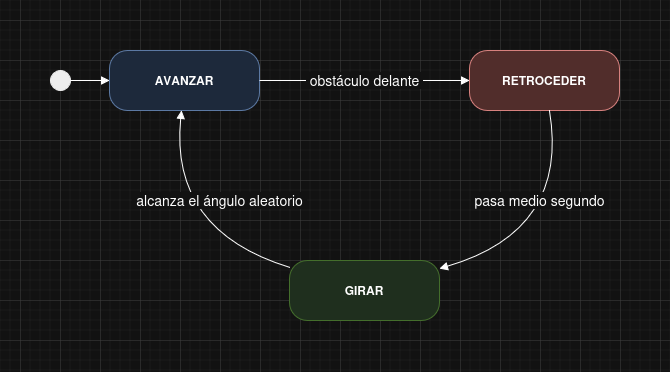
valentechie/blog-robotica-movil keeps this draw.io diagram as assets/img/maquina_estados.png. Above is the earlier version. Source tidied: cells renumbered, new cells last; positions are measured from the earlier drawing's top-left corner, leaving out a move shared by most shapes.
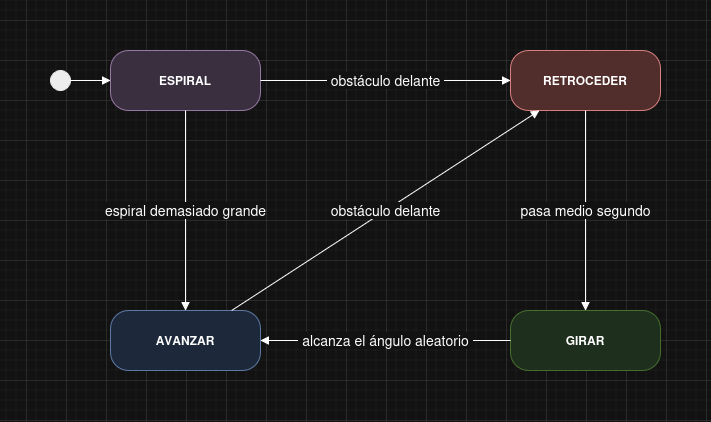
After the commit.

The edit, as a diff of the source:
```diff
@@ -3,36 +3,37 @@
     <mxCell id="0" />
     <mxCell id="1" parent="0" />
     <mxCell id="2" style="ellipse;fillColor=#000000;strokeColor=#000000;" parent="1" vertex="1">
-      <mxGeometry y="20" width="20" height="20" as="geometry" />
+      <mxGeometry x="-46" y="20" width="20" height="20" as="geometry" />
     </mxCell>
+    <mxCell id="10" value="ESPIRAL" style="rounded=1;whiteSpace=wrap;html=1;arcSize=30;fillColor=#e1d5e7;strokeColor=#9673a6;fontStyle=1;" parent="1" vertex="1">
+      <mxGeometry x="14" width="150" height="60" as="geometry" />
+    </mxCell>
+    <mxCell id="4" value="RETROCEDER" style="rounded=1;whiteSpace=wrap;html=1;arcSize=30;fillColor=#f8cecc;strokeColor=#b85450;fontStyle=1;" parent="1" vertex="1">
+      <mxGeometry x="414" width="150" height="60" as="geometry" />
+    </mxCell>
     <mxCell id="3" value="AVANZAR" style="rounded=1;whiteSpace=wrap;html=1;arcSize=30;fillColor=#dae8fc;strokeColor=#6c8ebf;fontStyle=1;" parent="1" vertex="1">
-      <mxGeometry x="59" width="150" height="60" as="geometry" />
+      <mxGeometry x="14" y="260" width="150" height="60" as="geometry" />
     </mxCell>
-    <mxCell id="4" value="RETROCEDER" style="rounded=1;whiteSpace=wrap;html=1;arcSize=30;fillColor=#f8cecc;strokeColor=#b85450;fontStyle=1;" parent="1" vertex="1">
-      <mxGeometry x="419" width="150" height="60" as="geometry" />
-    </mxCell>
     <mxCell id="5" value="GIRAR" style="rounded=1;whiteSpace=wrap;html=1;arcSize=30;fillColor=#d5e8d4;strokeColor=#82b366;fontStyle=1;" parent="1" vertex="1">
-      <mxGeometry x="239" y="210" width="150" height="60" as="geometry" />
+      <mxGeometry x="414" y="260" width="150" height="60" as="geometry" />
     </mxCell>
-    <mxCell id="6" style="endArrow=block;html=1;endFill=1;" parent="1" edge="1" source="2" target="3">
+    <mxCell id="6" style="endArrow=block;html=1;endFill=1;" parent="1" edge="1" source="2" target="10">
       <mxGeometry relative="1" as="geometry" />
     </mxCell>
-    <mxCell id="7" value="&lt;font style=&quot;font-size: 14px;&quot;&gt;&amp;nbsp;obstáculo delante&amp;nbsp;&lt;/font&gt;" style="endArrow=block;html=1;endFill=1;labelBackgroundColor=#ffffff;" parent="1" edge="1" source="3" target="4">
+    <mxCell id="7" value="&lt;font style=&quot;font-size: 14px;&quot;&gt;&amp;nbsp;obstáculo delante&amp;nbsp;&lt;/font&gt;" style="endArrow=block;html=1;endFill=1;labelBackgroundColor=#ffffff;" parent="1" edge="1" source="10" target="4">
       <mxGeometry relative="1" as="geometry" />
     </mxCell>
-    <mxCell id="8" value="&lt;font style=&quot;font-size: 14px;&quot;&gt;&amp;nbsp;pasa medio segundo&amp;nbsp;&lt;/font&gt;" style="endArrow=block;html=1;endFill=1;labelBackgroundColor=#ffffff;rounded=0;curved=1;" parent="1" edge="1" source="4" target="5">
-      <mxGeometry x="-0.32" y="-25" relative="1" as="geometry">
-        <Array as="points">
-          <mxPoint x="519" y="180" />
-        </Array>
-      </mxGeometry>
+    <mxCell id="8" value="&lt;font style=&quot;font-size: 14px;&quot;&gt;espiral demasiado grande&lt;/font&gt;" style="endArrow=block;html=1;endFill=1;labelBackgroundColor=#ffffff;" parent="1" edge="1" source="10" target="3">
+      <mxGeometry relative="1" as="geometry" />
     </mxCell>
-    <mxCell id="9" value="&lt;font style=&quot;font-size: 14px;&quot;&gt;&amp;nbsp;alcanza el ángulo aleatorio&amp;nbsp;&lt;/font&gt;" style="endArrow=block;html=1;endFill=1;labelBackgroundColor=#ffffff;rounded=0;curved=1;" parent="1" edge="1" source="5" target="3">
-      <mxGeometry x="-0.3" y="-43" relative="1" as="geometry">
-        <Array as="points">
-          <mxPoint x="119" y="180" />
-        </Array>
-      </mxGeometry>
+    <mxCell id="9" value="&lt;font style=&quot;font-size: 14px;&quot;&gt;obstáculo delante&lt;/font&gt;" style="endArrow=block;html=1;endFill=1;labelBackgroundColor=#ffffff;" parent="1" edge="1" source="3" target="4">
+      <mxGeometry relative="1" as="geometry" />
     </mxCell>
+    <mxCell id="11" value="&lt;font style=&quot;font-size: 14px;&quot;&gt;pasa medio segundo&lt;/font&gt;" style="endArrow=block;html=1;endFill=1;labelBackgroundColor=#ffffff;" parent="1" edge="1" source="4" target="5">
+      <mxGeometry relative="1" as="geometry" />
+    </mxCell>
+    <mxCell id="12" value="&lt;font style=&quot;font-size: 14px;&quot;&gt;&amp;nbsp;alcanza el ángulo aleatorio&amp;nbsp;&lt;/font&gt;" style="endArrow=block;html=1;endFill=1;labelBackgroundColor=#ffffff;" parent="1" edge="1" source="5" target="3">
+      <mxGeometry relative="1" as="geometry" />
+    </mxCell>
   </root>
 </mxGraphModel>
```
